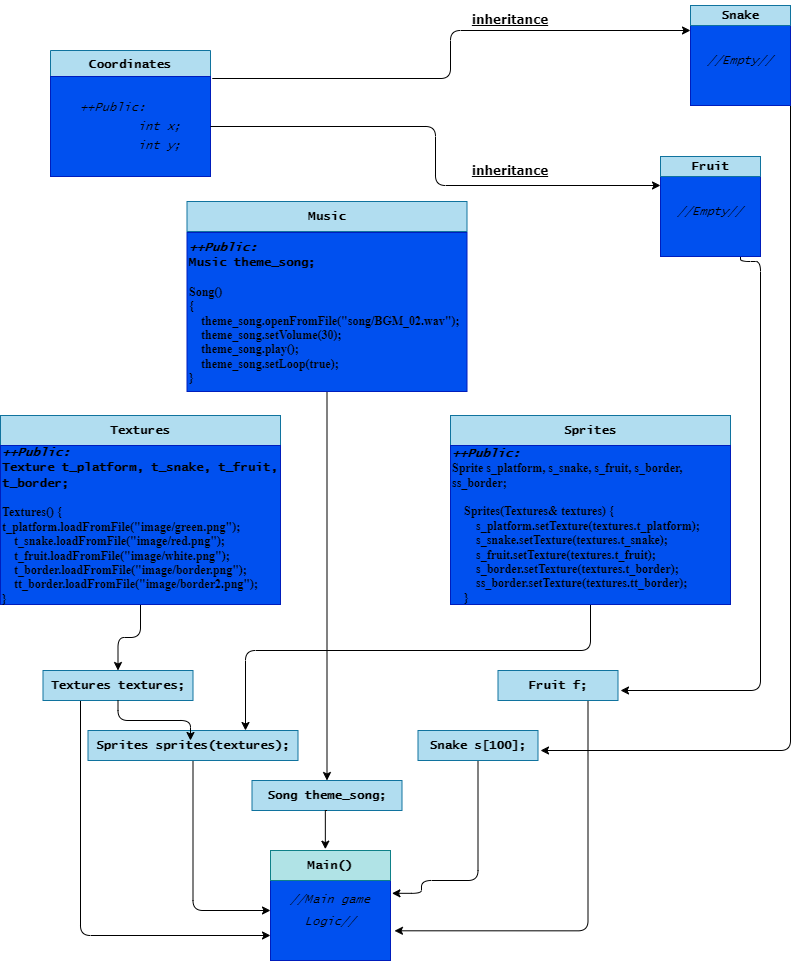
Before: OOP_Snake_Project.drawio.png, a diagram exported from draw.io (MuhammadHamzaKhanMarwat/oop-SNAKE-project). Source tidied: cells renumbered, new cells last; positions are measured from the earlier drawing's top-left corner, leaving out a move shared by most shapes.
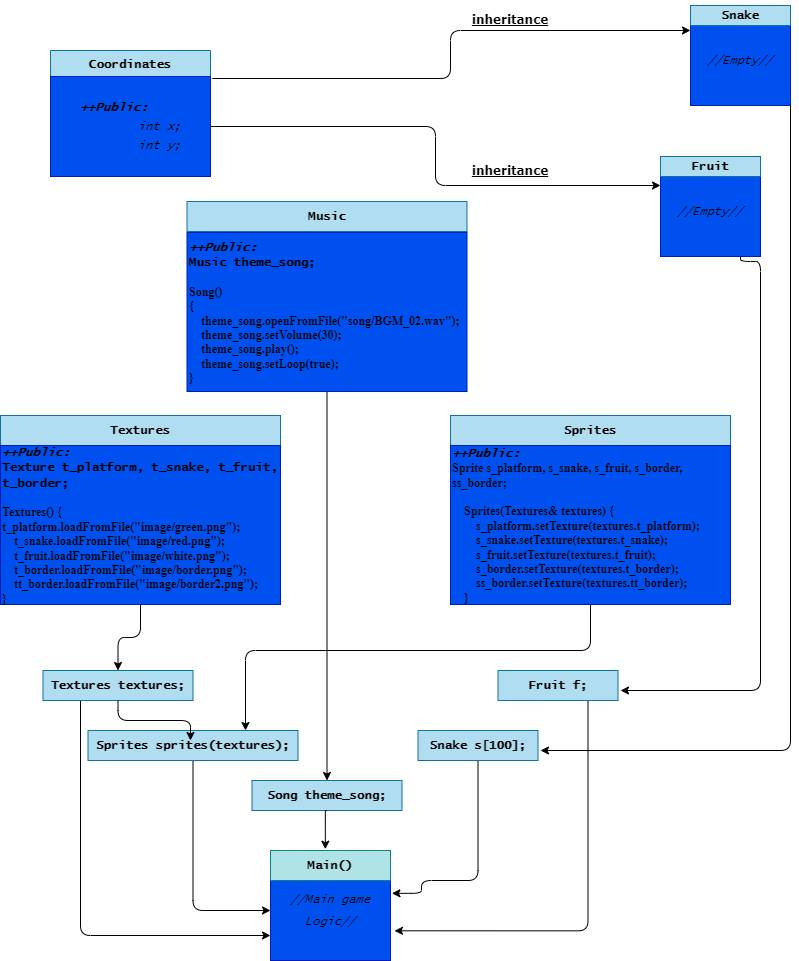
After the commit.

Diff of the diagram source:
```diff
@@ -5,7 +5,7 @@
     <mxCell id="2" value="Coordinates" style="swimlane;fontStyle=1;align=center;verticalAlign=top;horizontal=1;startSize=26;rounded=0;shadow=0;strokeWidth=1;fillColor=#b1ddf0;strokeColor=#10739e;fontFamily=Lucida Console;" parent="1" vertex="1">
       <mxGeometry x="50" y="50" width="160" height="126" as="geometry" />
     </mxCell>
-    <mxCell id="3" value="&lt;h4 style=&quot;line-height: 150%;&quot;&gt;&lt;div style=&quot;text-align: justify; line-height: 150%;&quot;&gt;&lt;i style=&quot;background-color: initial; font-weight: normal;&quot;&gt;&lt;font color=&quot;#000000&quot; face=&quot;Lucida Console&quot;&gt;++Public:&lt;/font&gt;&lt;/i&gt;&lt;/div&gt;&lt;div style=&quot;text-align: justify; line-height: 150%;&quot;&gt;&lt;i style=&quot;background-color: initial; font-weight: normal;&quot;&gt;&lt;font color=&quot;#000000&quot; face=&quot;Lucida Console&quot;&gt;&lt;span style=&quot;white-space: pre;&quot;&gt;&#9;&lt;/span&gt;int x;&lt;/font&gt;&lt;/i&gt;&lt;/div&gt;&lt;i style=&quot;&quot;&gt;&lt;div style=&quot;text-align: justify; line-height: 150%;&quot;&gt;&lt;i style=&quot;background-color: initial; font-weight: normal;&quot;&gt;&lt;font color=&quot;#000000&quot; face=&quot;Lucida Console&quot;&gt;&lt;span style=&quot;white-space: pre;&quot;&gt;&#9;&lt;/span&gt;int y;&lt;/font&gt;&lt;/i&gt;&lt;/div&gt;&lt;/i&gt;&lt;/h4&gt;" style="text;html=1;align=center;verticalAlign=middle;points=[];strokeColor=#001DBC;fillColor=#0050ef;fontColor=#ffffff;" parent="2" vertex="1">
+    <mxCell id="3" value="&lt;h4 style=&quot;line-height: 150%;&quot;&gt;&lt;div style=&quot;text-align: justify; line-height: 150%;&quot;&gt;&lt;i style=&quot;background-color: initial;&quot;&gt;&lt;font style=&quot;&quot; color=&quot;#000000&quot; face=&quot;Lucida Console&quot;&gt;++Public:&lt;/font&gt;&lt;/i&gt;&lt;/div&gt;&lt;div style=&quot;text-align: justify; line-height: 150%;&quot;&gt;&lt;i style=&quot;background-color: initial; font-weight: normal;&quot;&gt;&lt;font color=&quot;#000000&quot; face=&quot;Lucida Console&quot;&gt;&lt;span style=&quot;white-space: pre;&quot;&gt;&#9;&lt;/span&gt;int x;&lt;/font&gt;&lt;/i&gt;&lt;/div&gt;&lt;i style=&quot;&quot;&gt;&lt;div style=&quot;text-align: justify; line-height: 150%;&quot;&gt;&lt;i style=&quot;background-color: initial; font-weight: normal;&quot;&gt;&lt;font color=&quot;#000000&quot; face=&quot;Lucida Console&quot;&gt;&lt;span style=&quot;white-space: pre;&quot;&gt;&#9;&lt;/span&gt;int y;&lt;/font&gt;&lt;/i&gt;&lt;/div&gt;&lt;/i&gt;&lt;/h4&gt;" style="text;html=1;align=center;verticalAlign=middle;points=[];strokeColor=#001DBC;fillColor=#0050ef;fontColor=#ffffff;" parent="2" vertex="1">
       <mxGeometry y="26" width="160" height="100" as="geometry" />
     </mxCell>
     <mxCell id="4" style="edgeStyle=orthogonalEdgeStyle;rounded=1;jettySize=auto;html=1;exitX=1;exitY=1;exitDx=0;exitDy=0;" parent="1" edge="1" source="5">
```
